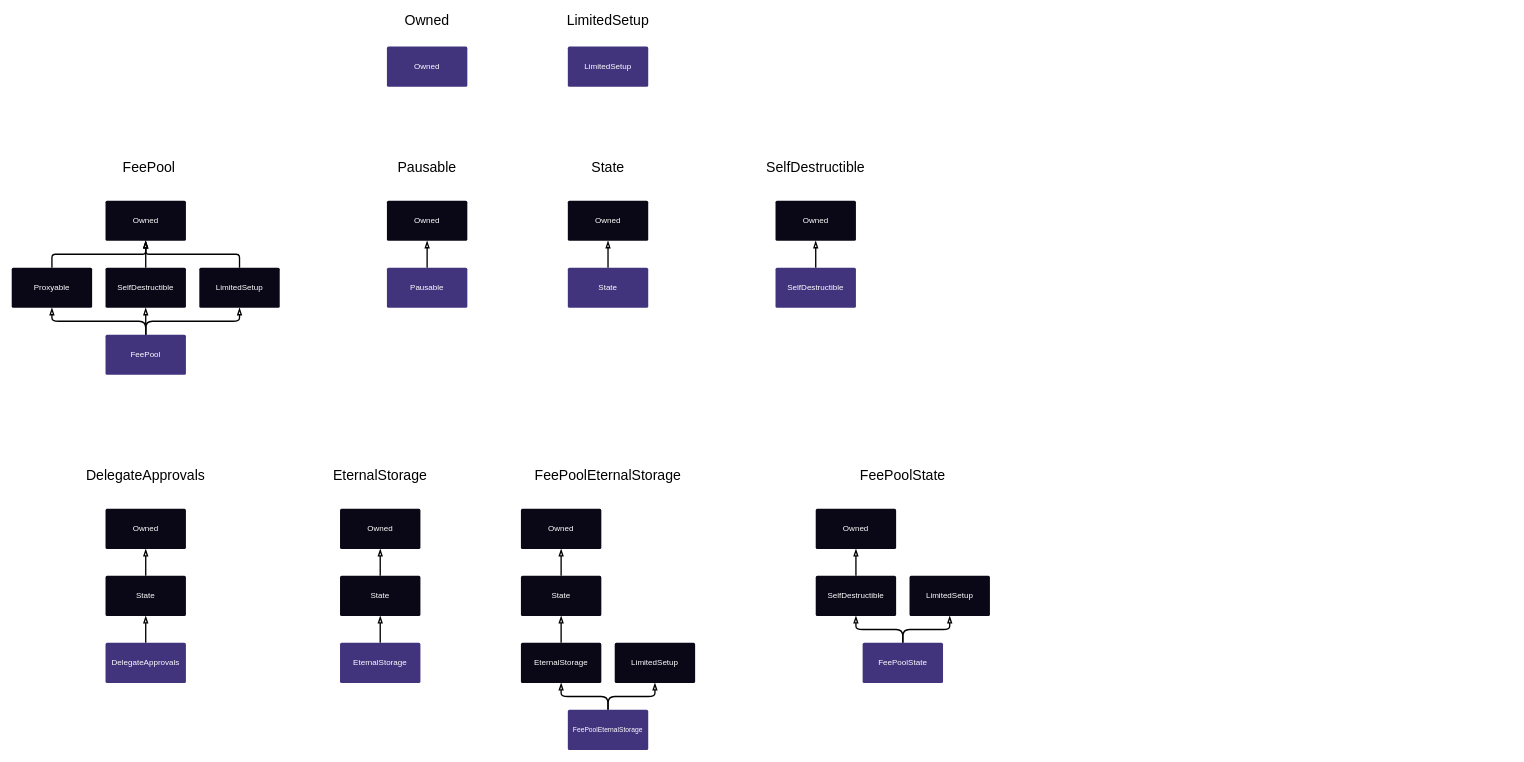
Before: docs/img/graphs/synthetix-docs-graphs.drawio in Synthetixio/synthetix, a draw.io diagram. Source tidied: cells renumbered, new cells numbered last; positions are measured from the earlier drawing's top-left corner, leaving out a move shared by most shapes. Both pictures are drawn from the tidied source at 67%, with x=0, y=0 at pixel (11, 13).
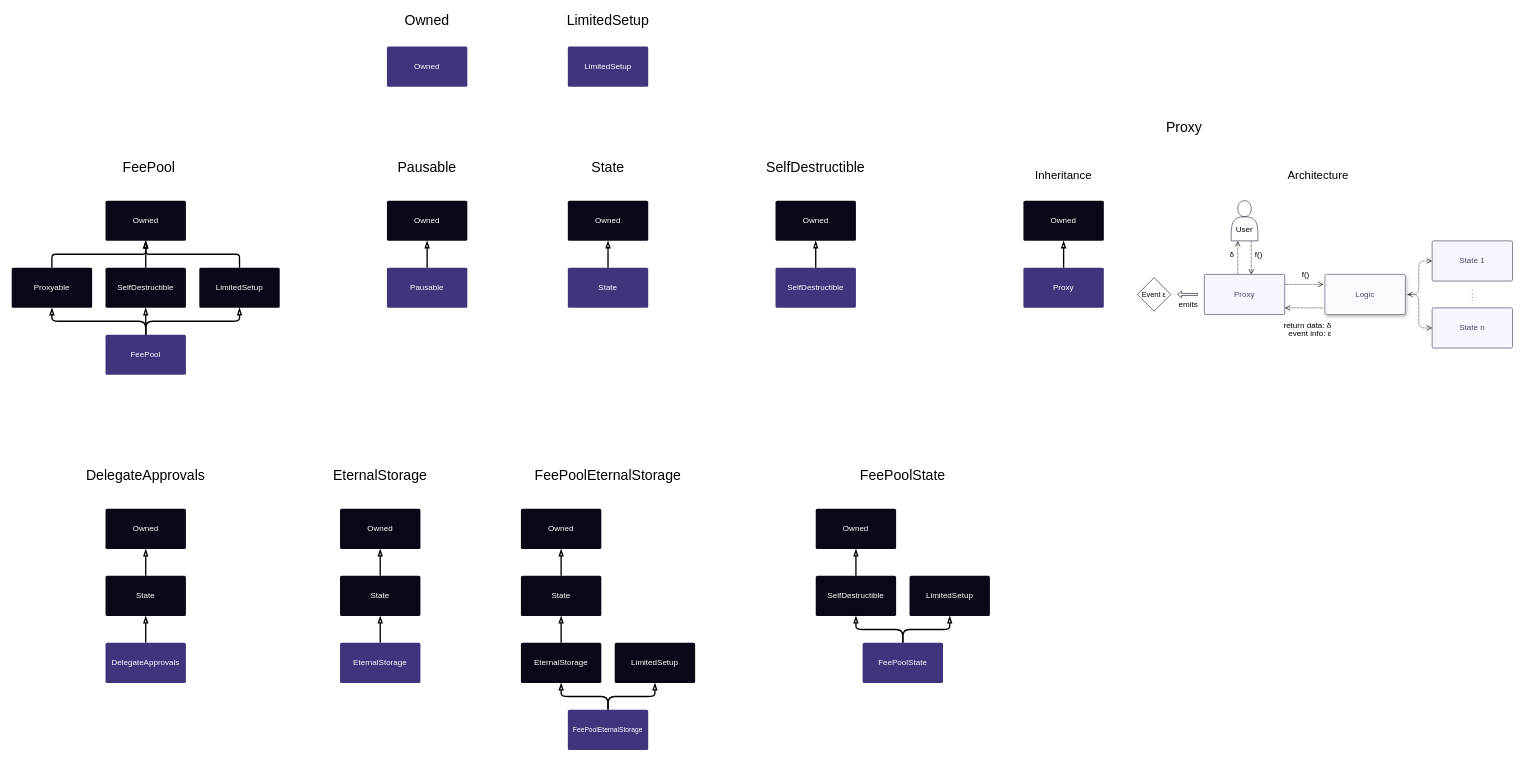
The same page after the edit.

Commit message (it also covers changes not shown here):
Proxy notes.

Diff of the diagram source:
```diff
@@
+    <mxCell id="60" value="Proxy" style="text;html=1;strokeColor=none;fillColor=none;align=center;verticalAlign=middle;whiteSpace=wrap;rounded=0;fontSize=21;" parent="1" vertex="1">
+      <mxGeometry x="1730" y="160" width="40" height="20" as="geometry" />
+    </mxCell>
+    <mxCell id="61" style="edgeStyle=orthogonalEdgeStyle;rounded=1;jettySize=auto;html=1;exitX=0.5;exitY=0;exitDx=0;exitDy=0;endArrow=blockThin;endFill=0;strokeWidth=2;fontSize=21;" parent="1" edge="1" source="62" target="63">
+      <mxGeometry relative="1" as="geometry" />
+    </mxCell>
+    <mxCell id="62" value="&lt;font color=&quot;#FFFFFF&quot;&gt;Proxy&lt;/font&gt;" style="rounded=1;whiteSpace=wrap;html=1;fillColor=#42337D;strokeColor=none;arcSize=4;gradientColor=none;" parent="1" vertex="1">
+      <mxGeometry x="1510" y="380" width="120" height="60" as="geometry" />
+    </mxCell>
+    <mxCell id="63" value="&lt;font color=&quot;#FFFFFF&quot;&gt;Owned&lt;/font&gt;" style="rounded=1;whiteSpace=wrap;html=1;fillColor=#0a0817;strokeColor=none;arcSize=4;" parent="1" vertex="1">
+      <mxGeometry x="1510" y="280" width="120" height="60" as="geometry" />
+    </mxCell>
+    <mxCell id="64" value="&lt;font style=&quot;font-size: 17px&quot;&gt;Inheritance&lt;/font&gt;" style="text;html=1;strokeColor=none;fillColor=none;align=center;verticalAlign=middle;whiteSpace=wrap;rounded=0;fontSize=21;" parent="1" vertex="1">
+      <mxGeometry x="1550" y="230" width="40" height="20" as="geometry" />
+    </mxCell>
+    <mxCell id="65" value="&lt;font style=&quot;font-size: 17px&quot;&gt;Architecture&lt;/font&gt;" style="text;html=1;strokeColor=none;fillColor=none;align=center;verticalAlign=middle;whiteSpace=wrap;rounded=0;fontSize=21;" parent="1" vertex="1">
+      <mxGeometry x="1930" y="230" width="40" height="20" as="geometry" />
+    </mxCell>
+    <mxCell id="66" style="edgeStyle=orthogonalEdgeStyle;rounded=1;jettySize=auto;html=1;exitX=1;exitY=0.25;exitDx=0;exitDy=0;dashed=1;dashPattern=1 1;startArrow=none;startFill=0;endArrow=open;endFill=0;strokeWidth=1;fontSize=21;" parent="1" edge="1" source="68">
+      <mxGeometry relative="1" as="geometry">
+        <mxPoint x="1958" y="405" as="targetPoint" />
+      </mxGeometry>
+    </mxCell>
+    <mxCell id="67" value="&lt;font style=&quot;font-size: 12px;&quot;&gt;f()&lt;/font&gt;" style="text;html=1;align=center;verticalAlign=middle;labelBackgroundColor=#ffffff;fontSize=12;" parent="66" vertex="1">
+      <mxGeometry x="0.23" y="-1" relative="1" as="geometry">
+        <mxPoint x="-5.5" y="-16" as="offset" />
+      </mxGeometry>
+    </mxCell>
+    <mxCell id="68" value="&lt;font color=&quot;#4D4963&quot;&gt;Proxy&lt;/font&gt;" style="rounded=1;whiteSpace=wrap;html=1;fillColor=#F8F5FF;strokeColor=#4D4963;arcSize=4;gradientColor=none;strokeWidth=1;" parent="1" vertex="1">
+      <mxGeometry x="1780" y="390" width="120" height="60" as="geometry" />
+    </mxCell>
+    <mxCell id="69" style="edgeStyle=orthogonalEdgeStyle;rounded=1;jettySize=auto;html=1;exitX=1;exitY=0.5;exitDx=0;exitDy=0;entryX=0;entryY=0.5;entryDx=0;entryDy=0;dashed=1;startArrow=open;startFill=0;endArrow=open;endFill=0;strokeWidth=1;fontSize=21;dashPattern=1 1;" parent="1" edge="1" source="71" target="72">
+      <mxGeometry relative="1" as="geometry" />
+    </mxCell>
+    <mxCell id="70" style="edgeStyle=orthogonalEdgeStyle;rounded=1;jettySize=auto;html=1;exitX=1;exitY=0.5;exitDx=0;exitDy=0;entryX=0;entryY=0.5;entryDx=0;entryDy=0;dashed=1;startArrow=none;startFill=0;endArrow=open;endFill=0;strokeWidth=1;fontSize=21;dashPattern=1 1;" parent="1" edge="1" source="71" target="76">
+      <mxGeometry relative="1" as="geometry" />
+    </mxCell>
+    <mxCell id="71" value="&lt;font color=&quot;#4D4963&quot;&gt;Logic&lt;br&gt;&lt;/font&gt;" style="rounded=1;whiteSpace=wrap;html=1;fillColor=#FCFAFF;strokeColor=#5D5878;arcSize=4;gradientColor=none;strokeWidth=1;glass=0;shadow=1;comic=0;perimeterSpacing=3;" parent="1" vertex="1">
+      <mxGeometry x="1960" y="390" width="120" height="60" as="geometry" />
+    </mxCell>
+    <mxCell id="72" value="&lt;font color=&quot;#4D4963&quot;&gt;State 1&lt;br&gt;&lt;/font&gt;" style="rounded=1;whiteSpace=wrap;html=1;fillColor=#F8F5FF;strokeColor=#4D4963;arcSize=4;gradientColor=none;strokeWidth=1;" parent="1" vertex="1">
+      <mxGeometry x="2120" y="340" width="120" height="60" as="geometry" />
+    </mxCell>
+    <mxCell id="73" style="edgeStyle=orthogonalEdgeStyle;rounded=1;orthogonalLoop=1;jettySize=auto;html=1;exitX=0.5;exitY=1;exitDx=0;exitDy=0;entryX=0.5;entryY=0;entryDx=0;entryDy=0;startArrow=none;startFill=0;endArrow=open;endFill=0;strokeWidth=1;fontSize=21;dashed=1;dashPattern=1 1;" parent="1" edge="1">
+      <mxGeometry relative="1" as="geometry">
+        <mxPoint x="1850" y="340.2" as="sourcePoint" />
+        <mxPoint x="1850" y="390.2" as="targetPoint" />
+      </mxGeometry>
+    </mxCell>
+    <mxCell id="74" value="&lt;font style=&quot;font-size: 12px;&quot;&gt;f()&lt;br style=&quot;font-size: 12px;&quot;&gt;&lt;/font&gt;" style="text;html=1;align=center;verticalAlign=middle;labelBackgroundColor=#ffffff;fontSize=12;" parent="73" vertex="1">
+      <mxGeometry x="0.04" y="1" relative="1" as="geometry">
+        <mxPoint x="9" y="-6" as="offset" />
+      </mxGeometry>
+    </mxCell>
+    <mxCell id="75" value="&lt;div&gt;&lt;br&gt;&lt;/div&gt;&lt;div style=&quot;font-size: 12px&quot;&gt;User&lt;br&gt;&lt;/div&gt;" style="shape=actor;whiteSpace=wrap;html=1;strokeColor=#3D3A4F;strokeWidth=1;fillColor=#FFFFFF;gradientColor=none;fontSize=21;" parent="1" vertex="1">
+      <mxGeometry x="1820" y="280" width="40" height="60" as="geometry" />
+    </mxCell>
+    <mxCell id="76" value="&lt;font color=&quot;#4D4963&quot;&gt;State n&lt;/font&gt;" style="rounded=1;whiteSpace=wrap;html=1;fillColor=#F8F5FF;strokeColor=#4D4963;arcSize=4;gradientColor=none;strokeWidth=1;" parent="1" vertex="1">
+      <mxGeometry x="2120" y="440" width="120" height="60" as="geometry" />
+    </mxCell>
+    <mxCell id="77" style="endArrow=none;dashed=1;html=1;dashPattern=1 4;strokeWidth=1;fontSize=21;" parent="1" edge="1">
+      <mxGeometry relative="1" as="geometry">
+        <mxPoint x="2180" y="430" as="sourcePoint" />
+        <mxPoint x="2180" y="410" as="targetPoint" />
+      </mxGeometry>
+    </mxCell>
+    <mxCell id="78" style="edgeStyle=orthogonalEdgeStyle;rounded=1;jettySize=auto;html=1;exitX=1.001;exitY=0.833;exitDx=0;exitDy=0;dashed=1;dashPattern=1 1;startArrow=open;startFill=0;endArrow=none;endFill=0;strokeWidth=1;fontSize=21;exitPerimeter=0;" parent="1" edge="1" source="68">
+      <mxGeometry relative="1" as="geometry">
+        <mxPoint x="1958" y="440" as="targetPoint" />
+      </mxGeometry>
+    </mxCell>
+    <mxCell id="79" value="&lt;p style=&quot;line-height: 60%; font-size: 12px;&quot; align=&quot;right&quot;&gt;&lt;font style=&quot;font-size: 12px;&quot;&gt;&lt;span style=&quot;font-size: 12px;&quot;&gt;&lt;font style=&quot;font-size: 12px;&quot;&gt;return data: &lt;span style=&quot;font-size: 12px;&quot; lang=&quot;el&quot;&gt;δ&lt;/span&gt;&lt;/font&gt;&lt;/span&gt;&lt;span style=&quot;font-size: 12px;&quot;&gt;&lt;font style=&quot;font-size: 12px;&quot;&gt;&lt;span style=&quot;line-height: 100%; font-size: 12px;&quot; lang=&quot;el&quot;&gt;&lt;br style=&quot;font-size: 12px;&quot;&gt;event info: &lt;/span&gt;&lt;span title=&quot;Greek language text&quot; style=&quot;font-size: 12px;&quot; lang=&quot;el&quot;&gt;ε&lt;/span&gt;&lt;/font&gt;&lt;/span&gt;&lt;span style=&quot;font-size: 12px;&quot;&gt;&lt;font style=&quot;font-size: 12px;&quot;&gt;&lt;span style=&quot;font-size: 12px;&quot; lang=&quot;el&quot;&gt;&lt;/span&gt;&lt;/font&gt;&lt;/span&gt;&lt;/font&gt;&lt;/p&gt;&lt;div style=&quot;font-size: 12px;&quot; align=&quot;right&quot;&gt;&lt;font style=&quot;font-size: 12px;&quot;&gt;&lt;span style=&quot;font-size: 12px;&quot;&gt;&lt;/span&gt;&lt;/font&gt;&lt;/div&gt;&lt;div style=&quot;font-size: 12px;&quot; align=&quot;right&quot;&gt;&lt;font style=&quot;font-size: 12px;&quot;&gt;&lt;span style=&quot;font-size: 12px;&quot;&gt;&lt;font style=&quot;font-size: 12px;&quot;&gt;&lt;span style=&quot;font-size: 12px;&quot; lang=&quot;el&quot;&gt;&lt;/span&gt;&lt;/font&gt;&lt;/span&gt;&lt;/font&gt;&lt;/div&gt;&lt;p style=&quot;font-size: 12px;&quot; align=&quot;right&quot;&gt;&lt;/p&gt;" style="text;html=1;align=right;verticalAlign=middle;labelBackgroundColor=none;fontSize=12;" parent="78" vertex="1">
+      <mxGeometry x="0.07" relative="1" as="geometry">
+        <mxPoint x="39" y="30" as="offset" />
+      </mxGeometry>
+    </mxCell>
+    <mxCell id="80" style="edgeStyle=orthogonalEdgeStyle;rounded=1;orthogonalLoop=1;jettySize=auto;html=1;exitX=0.5;exitY=1;exitDx=0;exitDy=0;entryX=0.5;entryY=0;entryDx=0;entryDy=0;startArrow=open;startFill=0;endArrow=none;endFill=0;strokeWidth=1;fontSize=21;dashed=1;dashPattern=1 1;" parent="1" edge="1">
+      <mxGeometry relative="1" as="geometry">
+        <mxPoint x="1830" y="340.2" as="sourcePoint" />
+        <mxPoint x="1830" y="390.2" as="targetPoint" />
+      </mxGeometry>
+    </mxCell>
+    <mxCell id="81" value="&lt;font style=&quot;font-size: 12px&quot;&gt;&lt;span lang=&quot;el&quot;&gt;δ&lt;/span&gt;&lt;/font&gt;" style="text;html=1;align=center;verticalAlign=middle;labelBackgroundColor=#ffffff;fontSize=12;" parent="80" vertex="1">
+      <mxGeometry x="-0.09" y="1" relative="1" as="geometry">
+        <mxPoint x="-11" y="-3" as="offset" />
+      </mxGeometry>
+    </mxCell>
+    <mxCell id="82" value="&lt;font style=&quot;font-size: 11px&quot;&gt;Event &lt;font style=&quot;font-size: 11px&quot;&gt;&lt;span&gt;&lt;font style=&quot;font-size: 11px&quot;&gt;&lt;span title=&quot;Greek language text&quot; lang=&quot;el&quot;&gt;ε&lt;/span&gt;&lt;/font&gt;&lt;/span&gt;&lt;/font&gt;&lt;/font&gt;" style="rhombus;whiteSpace=wrap;html=1;shadow=0;glass=0;comic=0;labelBackgroundColor=none;strokeColor=#2A2736;strokeWidth=1;fillColor=#FFFFFF;gradientColor=none;fontSize=12;rounded=0;" parent="1" vertex="1">
+      <mxGeometry x="1680" y="395" width="50" height="50" as="geometry" />
+    </mxCell>
+    <mxCell id="83" style="shape=singleArrow;direction=west;whiteSpace=wrap;html=1;rounded=0;shadow=0;glass=0;comic=0;labelBackgroundColor=none;strokeColor=#2A2736;strokeWidth=1;fillColor=#FFFFFF;gradientColor=none;fontSize=12;" parent="1" vertex="1">
+      <mxGeometry x="1740" y="415" width="30" height="10" as="geometry" />
+    </mxCell>
+    <mxCell id="84" value="&lt;font style=&quot;font-size: 12px&quot;&gt;emits&lt;/font&gt;" style="text;html=1;align=left;verticalAlign=top;spacingTop=-4;fontSize=12;" parent="1" vertex="1">
+      <mxGeometry x="1740" y="425" width="40" height="20" as="geometry" />
+    </mxCell>
```
